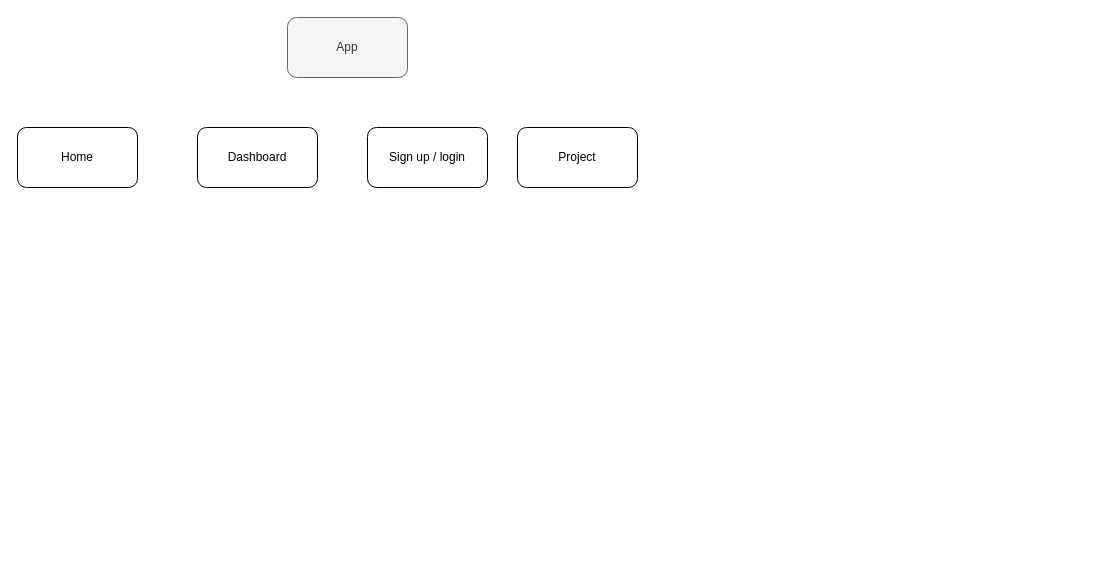
muksch/TODO keeps this draw.io diagram as TodoDrawIo.drawio. Above is the earlier version. Source tidied: cells renumbered, new cells numbered last; positions are measured from the earlier drawing's top-left corner, leaving out a move shared by most shapes. Both pictures are drawn from the tidied source at 100%, with x=0, y=0 at pixel (17, 17).
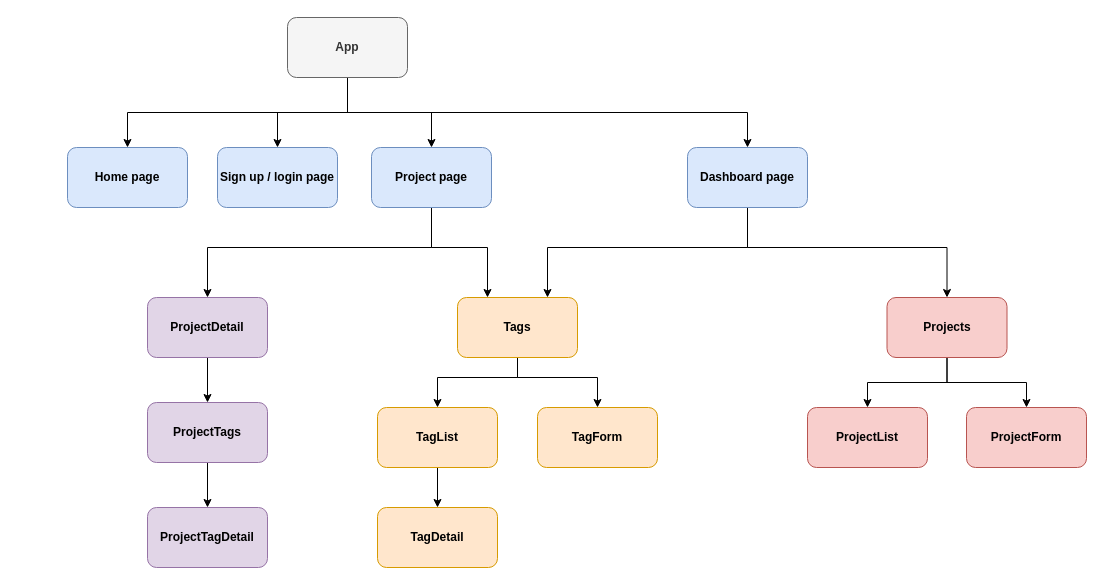
Above is the later version.

The edit, as a diff of the source:
```diff
@@
+    <mxCell id="7" style="edgeStyle=orthogonalEdgeStyle;rounded=0;jettySize=auto;html=1;exitX=0.5;exitY=1;exitDx=0;exitDy=0;" parent="1" edge="1" source="2" target="3">
+      <mxGeometry relative="1" as="geometry" />
+    </mxCell>
+    <mxCell id="8" style="edgeStyle=orthogonalEdgeStyle;rounded=0;jettySize=auto;html=1;exitX=0.5;exitY=1;exitDx=0;exitDy=0;entryX=0.5;entryY=0;entryDx=0;entryDy=0;" parent="1" edge="1" source="2" target="5">
+      <mxGeometry relative="1" as="geometry" />
+    </mxCell>
+    <mxCell id="9" style="edgeStyle=orthogonalEdgeStyle;rounded=0;jettySize=auto;html=1;exitX=0.5;exitY=1;exitDx=0;exitDy=0;entryX=0.5;entryY=0;entryDx=0;entryDy=0;" parent="1" edge="1" source="2" target="4">
+      <mxGeometry relative="1" as="geometry" />
+    </mxCell>
+    <mxCell id="10" style="edgeStyle=orthogonalEdgeStyle;rounded=0;jettySize=auto;html=1;exitX=0.5;exitY=1;exitDx=0;exitDy=0;" parent="1" edge="1" source="2" target="6">
+      <mxGeometry relative="1" as="geometry" />
+    </mxCell>
-    <mxCell id="2" value="App" style="rounded=1;whiteSpace=wrap;html=1;fillColor=#f5f5f5;fontColor=#333333;strokeColor=#666666;" parent="1" vertex="1">
+    <mxCell id="2" value="App" style="rounded=1;whiteSpace=wrap;html=1;fillColor=#f5f5f5;fontColor=#333333;strokeColor=#666666;fontStyle=1;" parent="1" vertex="1">
       <mxGeometry x="270" width="120" height="60" as="geometry" />
     </mxCell>
-    <mxCell id="3" value="Home" style="rounded=1;whiteSpace=wrap;html=1;" parent="1" vertex="1">
-      <mxGeometry y="110" width="120" height="60" as="geometry" />
+    <mxCell id="3" value="Home page" style="rounded=1;whiteSpace=wrap;html=1;fillColor=#dae8fc;strokeColor=#6c8ebf;fontStyle=1;labelBackgroundColor=none;verticalAlign=middle;flipH=0;flipV=1;" parent="1" vertex="1">
+      <mxGeometry x="50" y="130" width="120" height="60" as="geometry" />
     </mxCell>
+    <mxCell id="11" style="edgeStyle=orthogonalEdgeStyle;rounded=0;jettySize=auto;html=1;exitX=0.5;exitY=1;exitDx=0;exitDy=0;entryX=0.75;entryY=0;entryDx=0;entryDy=0;" parent="1" edge="1" source="4" target="17">
+      <mxGeometry relative="1" as="geometry">
+        <Array as="points">
+          <mxPoint x="730" y="230" />
+          <mxPoint x="530" y="230" />
+        </Array>
+      </mxGeometry>
+    </mxCell>
+    <mxCell id="12" style="edgeStyle=orthogonalEdgeStyle;rounded=0;jettySize=auto;html=1;exitX=0.5;exitY=1;exitDx=0;exitDy=0;entryX=0.5;entryY=0;entryDx=0;entryDy=0;" parent="1" edge="1" source="4" target="20">
+      <mxGeometry relative="1" as="geometry">
+        <Array as="points">
+          <mxPoint x="730" y="230" />
+          <mxPoint x="930" y="230" />
+        </Array>
+      </mxGeometry>
+    </mxCell>
-    <mxCell id="4" value="Dashboard" style="rounded=1;whiteSpace=wrap;html=1;" parent="1" vertex="1">
-      <mxGeometry x="180" y="110" width="120" height="60" as="geometry" />
+    <mxCell id="4" value="Dashboard page" style="rounded=1;whiteSpace=wrap;html=1;fillColor=#dae8fc;strokeColor=#6c8ebf;fontStyle=1;labelBackgroundColor=none;verticalAlign=middle;flipH=0;flipV=1;" parent="1" vertex="1">
+      <mxGeometry x="670" y="130" width="120" height="60" as="geometry" />
     </mxCell>
-    <mxCell id="5" value="Sign up / login" style="rounded=1;whiteSpace=wrap;html=1;" parent="1" vertex="1">
-      <mxGeometry x="350" y="110" width="120" height="60" as="geometry" />
+    <mxCell id="5" value="Sign up / login page" style="rounded=1;whiteSpace=wrap;html=1;fillColor=#dae8fc;strokeColor=#6c8ebf;fontStyle=1;labelBackgroundColor=none;verticalAlign=middle;flipH=0;flipV=1;" parent="1" vertex="1">
+      <mxGeometry x="200" y="130" width="120" height="60" as="geometry" />
     </mxCell>
+    <mxCell id="13" style="edgeStyle=orthogonalEdgeStyle;rounded=0;jettySize=auto;html=1;exitX=0.5;exitY=1;exitDx=0;exitDy=0;entryX=0.5;entryY=0;entryDx=0;entryDy=0;" parent="1" edge="1" source="6" target="28">
+      <mxGeometry relative="1" as="geometry">
+        <Array as="points">
+          <mxPoint x="414" y="230" />
+          <mxPoint x="190" y="230" />
+        </Array>
+      </mxGeometry>
+    </mxCell>
+    <mxCell id="14" style="edgeStyle=orthogonalEdgeStyle;rounded=0;jettySize=auto;html=1;exitX=0.5;exitY=1;exitDx=0;exitDy=0;entryX=0.25;entryY=0;entryDx=0;entryDy=0;" parent="1" edge="1" source="6" target="17">
+      <mxGeometry relative="1" as="geometry">
+        <Array as="points">
+          <mxPoint x="414" y="230" />
+          <mxPoint x="470" y="230" />
+        </Array>
+      </mxGeometry>
+    </mxCell>
-    <mxCell id="6" value="Project" style="rounded=1;whiteSpace=wrap;html=1;" parent="1" vertex="1">
-      <mxGeometry x="500" y="110" width="120" height="60" as="geometry" />
+    <mxCell id="6" value="Project page" style="rounded=1;whiteSpace=wrap;html=1;fillColor=#dae8fc;strokeColor=#6c8ebf;fontStyle=1;labelBackgroundColor=none;verticalAlign=middle;flipH=0;flipV=1;" parent="1" vertex="1">
+      <mxGeometry x="354" y="130" width="120" height="60" as="geometry" />
     </mxCell>
+    <mxCell id="15" style="edgeStyle=orthogonalEdgeStyle;rounded=0;jettySize=auto;html=1;exitX=0.5;exitY=1;exitDx=0;exitDy=0;entryX=0.5;entryY=0;entryDx=0;entryDy=0;" parent="1" edge="1" source="17" target="22">
+      <mxGeometry relative="1" as="geometry">
+        <Array as="points">
+          <mxPoint x="500" y="360" />
+          <mxPoint x="420" y="360" />
+        </Array>
+      </mxGeometry>
+    </mxCell>
+    <mxCell id="16" style="edgeStyle=orthogonalEdgeStyle;rounded=0;jettySize=auto;html=1;exitX=0.5;exitY=1;exitDx=0;exitDy=0;entryX=0.5;entryY=0;entryDx=0;entryDy=0;" parent="1" edge="1" source="17" target="24">
+      <mxGeometry relative="1" as="geometry">
+        <Array as="points">
+          <mxPoint x="500" y="360" />
+          <mxPoint x="580" y="360" />
+        </Array>
+      </mxGeometry>
+    </mxCell>
+    <mxCell id="17" value="Tags" style="rounded=1;whiteSpace=wrap;html=1;fillColor=#ffe6cc;strokeColor=#d79b00;fontStyle=1;labelBackgroundColor=none;verticalAlign=middle;flipH=0;flipV=1;" parent="1" vertex="1">
+      <mxGeometry x="440" y="280" width="120" height="60" as="geometry" />
+    </mxCell>
+    <mxCell id="18" style="edgeStyle=orthogonalEdgeStyle;rounded=0;jettySize=auto;html=1;exitX=0.5;exitY=1;exitDx=0;exitDy=0;" parent="1" edge="1" source="20" target="25">
+      <mxGeometry relative="1" as="geometry" />
+    </mxCell>
+    <mxCell id="19" style="edgeStyle=orthogonalEdgeStyle;rounded=0;jettySize=auto;html=1;exitX=0.5;exitY=1;exitDx=0;exitDy=0;entryX=0.5;entryY=0;entryDx=0;entryDy=0;" parent="1" edge="1" source="20" target="26">
+      <mxGeometry relative="1" as="geometry" />
+    </mxCell>
+    <mxCell id="20" value="Projects" style="rounded=1;whiteSpace=wrap;html=1;fillColor=#f8cecc;strokeColor=#b85450;fontStyle=1;labelBackgroundColor=none;verticalAlign=middle;flipH=0;flipV=1;" parent="1" vertex="1">
+      <mxGeometry x="869.5" y="280" width="120" height="60" as="geometry" />
+    </mxCell>
+    <mxCell id="21" style="edgeStyle=orthogonalEdgeStyle;rounded=0;jettySize=auto;html=1;exitX=0.5;exitY=1;exitDx=0;exitDy=0;" parent="1" edge="1" source="22" target="23">
+      <mxGeometry relative="1" as="geometry" />
+    </mxCell>
+    <mxCell id="22" value="TagList" style="rounded=1;whiteSpace=wrap;html=1;fillColor=#ffe6cc;strokeColor=#d79b00;fontStyle=1;labelBackgroundColor=none;verticalAlign=middle;flipH=0;flipV=1;" parent="1" vertex="1">
+      <mxGeometry x="360" y="390" width="120" height="60" as="geometry" />
+    </mxCell>
+    <mxCell id="23" value="TagDetail" style="rounded=1;whiteSpace=wrap;html=1;fillColor=#ffe6cc;strokeColor=#d79b00;fontStyle=1;labelBackgroundColor=none;verticalAlign=middle;flipH=0;flipV=1;" parent="1" vertex="1">
+      <mxGeometry x="360" y="490" width="120" height="60" as="geometry" />
+    </mxCell>
+    <mxCell id="24" value="TagForm" style="whiteSpace=wrap;html=1;fillColor=#ffe6cc;strokeColor=#d79b00;rounded=1;fontStyle=1;labelBackgroundColor=none;" parent="1" vertex="1">
+      <mxGeometry x="520" y="390" width="120" height="60" as="geometry" />
+    </mxCell>
+    <mxCell id="25" value="ProjectList" style="rounded=1;whiteSpace=wrap;html=1;fillColor=#f8cecc;strokeColor=#b85450;fontStyle=1;labelBackgroundColor=none;verticalAlign=middle;flipH=0;flipV=1;" parent="1" vertex="1">
+      <mxGeometry x="790" y="390" width="120" height="60" as="geometry" />
+    </mxCell>
+    <mxCell id="26" value="ProjectForm" style="rounded=1;whiteSpace=wrap;html=1;fillColor=#f8cecc;strokeColor=#b85450;fontStyle=1;labelBackgroundColor=none;verticalAlign=middle;flipH=0;flipV=1;" parent="1" vertex="1">
+      <mxGeometry x="949" y="390" width="120" height="60" as="geometry" />
+    </mxCell>
+    <mxCell id="27" style="edgeStyle=orthogonalEdgeStyle;rounded=0;jettySize=auto;html=1;" parent="1" edge="1" source="28" target="30">
+      <mxGeometry relative="1" as="geometry" />
+    </mxCell>
+    <mxCell id="28" value="ProjectDetail" style="rounded=1;whiteSpace=wrap;html=1;fillColor=#e1d5e7;strokeColor=#9673a6;fontStyle=1;labelBackgroundColor=none;verticalAlign=middle;flipH=0;flipV=1;" parent="1" vertex="1">
+      <mxGeometry x="130" y="280" width="120" height="60" as="geometry" />
+    </mxCell>
+    <mxCell id="29" style="edgeStyle=orthogonalEdgeStyle;rounded=0;jettySize=auto;html=1;" parent="1" edge="1" source="30" target="31">
+      <mxGeometry relative="1" as="geometry" />
+    </mxCell>
+    <mxCell id="30" value="ProjectTags" style="rounded=1;whiteSpace=wrap;html=1;fillColor=#e1d5e7;strokeColor=#9673a6;fontStyle=1;labelBackgroundColor=none;verticalAlign=middle;flipH=0;flipV=1;" parent="1" vertex="1">
+      <mxGeometry x="130" y="385" width="120" height="60" as="geometry" />
+    </mxCell>
+    <mxCell id="31" value="ProjectTagDetail" style="rounded=1;whiteSpace=wrap;html=1;fillColor=#e1d5e7;strokeColor=#9673a6;fontStyle=1;labelBackgroundColor=none;verticalAlign=middle;flipH=0;flipV=1;" parent="1" vertex="1">
+      <mxGeometry x="130" y="490" width="120" height="60" as="geometry" />
+    </mxCell>
```
